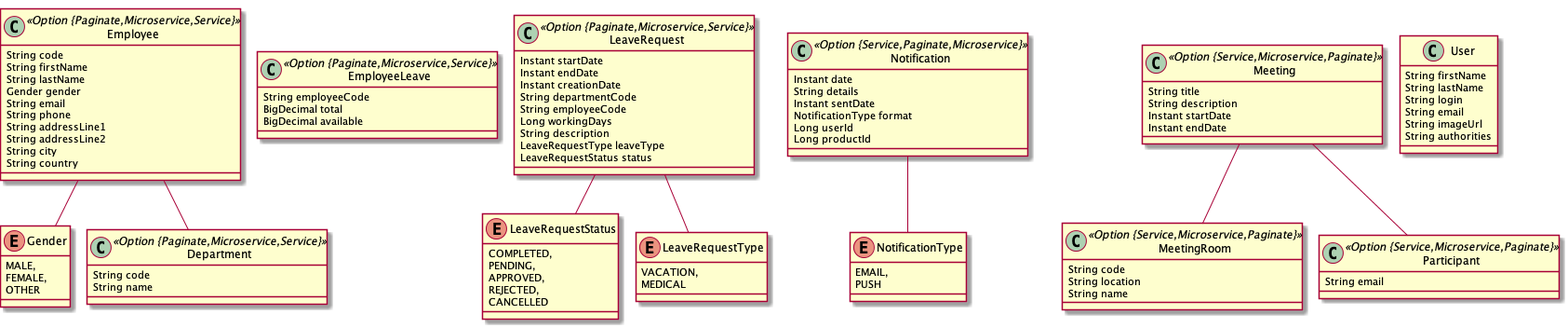
The PlantUML diagram jhipster-microservice/assets/office-assistant.png in adhulappanavar/katacoda-scenarios, before a commit.
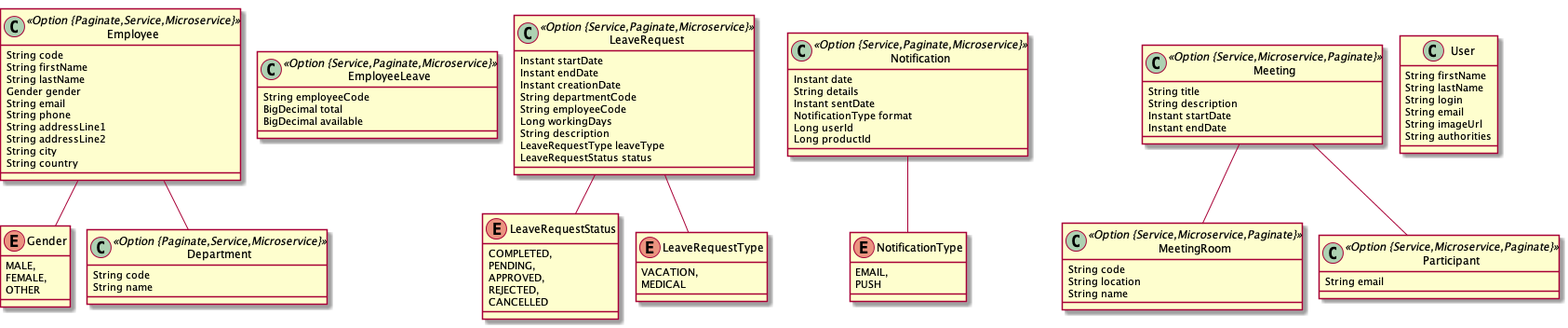
Above is the later version.

What changed in the source:
```diff
@@ -1,7 +1,7 @@
 @startuml
 	!pragma graphviz_dot jdot
 	!pragma syntax class
-	class Employee <<Option {Paginate,Microservice,Service}>> {
+	class Employee <<Option {Paginate,Service,Microservice}>> {
 		String code
 		String firstName
 		String lastName
@@ -14,7 +14,7 @@
 		String country
 	}
 	Employee ..> Gender
-	class Department <<Option {Paginate,Microservice,Service}>> {
+	class Department <<Option {Paginate,Service,Microservice}>> {
 		String code
 		String name
 	}
@@ -24,7 +24,7 @@
 		OTHER
 	}
 	Employee  "department(name)  1..* " o-- "0..1 "  Department
-	class EmployeeLeave <<Option {Paginate,Microservice,Service}>> {
+	class EmployeeLeave <<Option {Service,Paginate,Microservice}>> {
 		String employeeCode
 		BigDecimal total
 		BigDecimal available
@@ -40,7 +40,7 @@
 		VACATION,
 		MEDICAL
 	}
-	class LeaveRequest <<Option {Paginate,Microservice,Service}>> {
+	class LeaveRequest <<Option {Service,Paginate,Microservice}>> {
 		Instant startDate
 		Instant endDate
 		Instant creationDate
```
